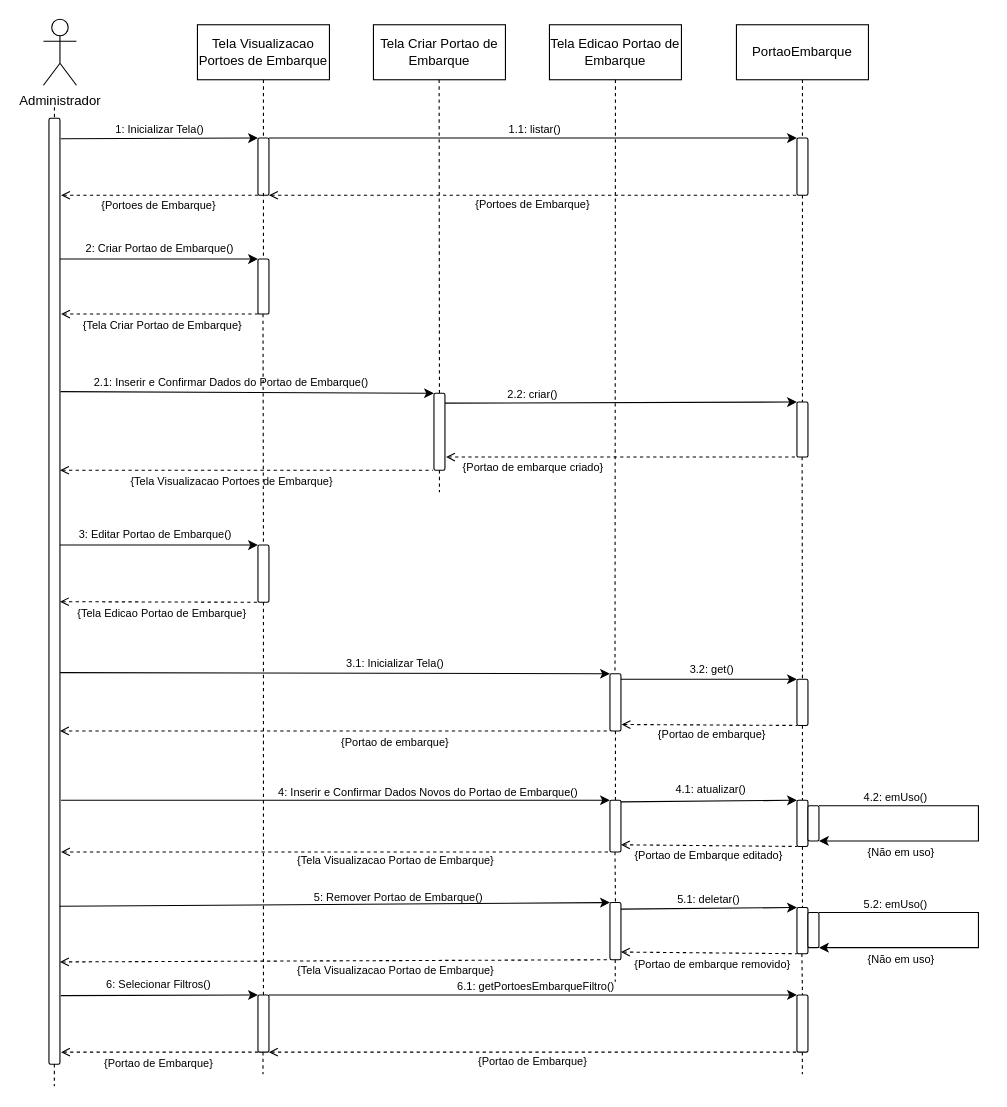
Above: Diagramas/Eng_de_Software/Modelos/Sequencia/Manter_Portoes_de_Embarque.drawio in GabrielGMori/trabalho-conclus-o-ano (draw.io), before the change. Source tidied: cells renumbered, new cells numbered last; positions are measured from the earlier drawing's top-left corner, leaving out a move shared by most shapes. Both pictures are drawn from the tidied source at 110%, with x=0, y=0 at pixel (43, 19).
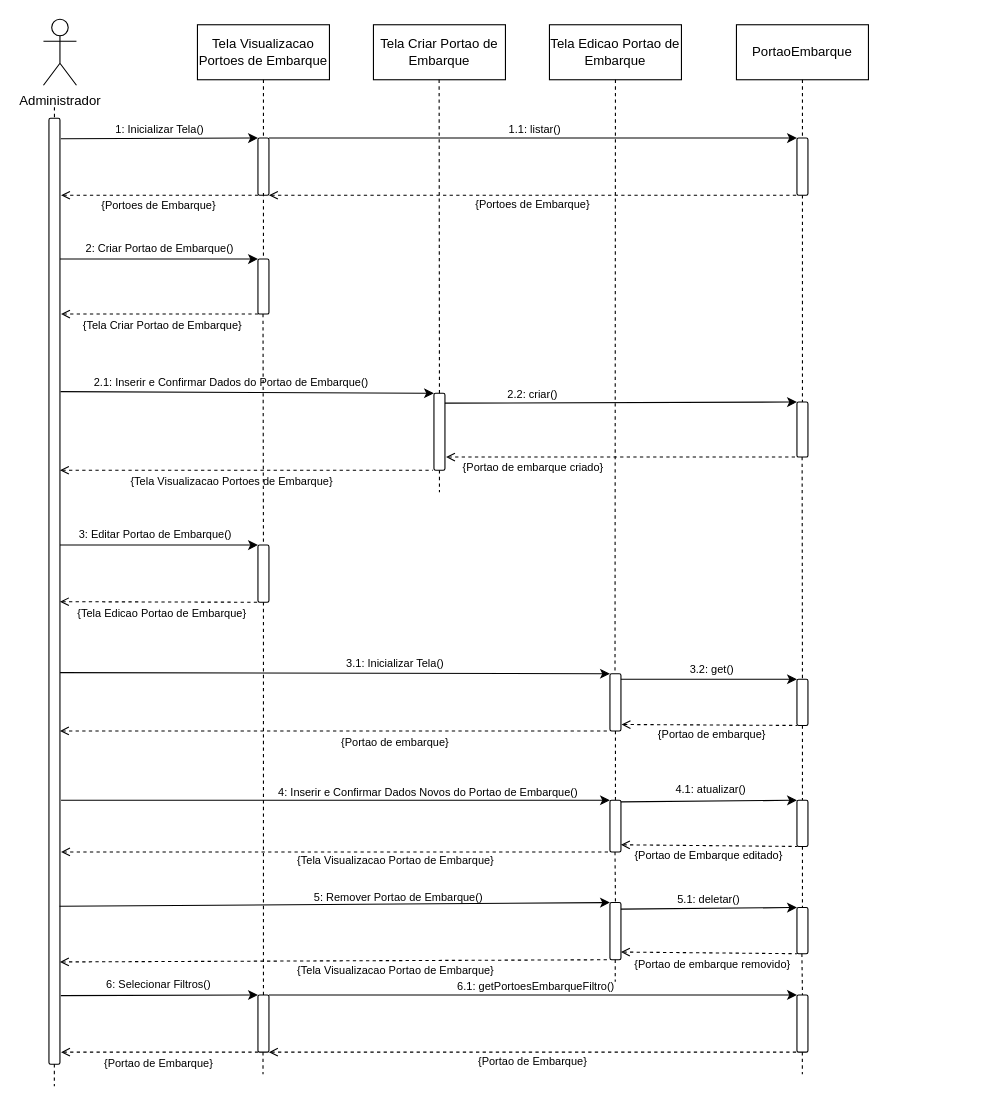
The same diagram, later.

Change to the diagram source:
```diff
@@
-    <mxCell id="57" value="&lt;font&gt;4.2: emUso&lt;/font&gt;&lt;font&gt;()&lt;/font&gt;" style="text;html=1;align=center;verticalAlign=middle;whiteSpace=wrap;rounded=0;fontSize=10;" parent="1" vertex="1">
-      <mxGeometry x="695" y="697" width="160" height="20" as="geometry" />
-    </mxCell>
@@
-    <mxCell id="100" style="endArrow=classic;html=1;rounded=0;exitX=1;exitY=0;exitDx=0;exitDy=0;entryX=1;entryY=1;entryDx=0;entryDy=0;" parent="1" edge="1" source="101" target="101">
-      <mxGeometry relative="1" as="geometry">
-        <Array as="points">
-          <mxPoint x="850" y="715" />
-          <mxPoint x="850" y="747" />
-        </Array>
-      </mxGeometry>
-    </mxCell>
-    <mxCell id="101" style="rounded=1;whiteSpace=wrap;html=1;" parent="1" vertex="1">
-      <mxGeometry x="695" y="715" width="10" height="32" as="geometry" />
-    </mxCell>
-    <mxCell id="102" value="{Não em uso}" style="text;html=1;align=center;verticalAlign=middle;whiteSpace=wrap;rounded=0;fontSize=10;" parent="1" vertex="1">
-      <mxGeometry x="705" y="747" width="150" height="20" as="geometry" />
-    </mxCell>
-    <mxCell id="103" value="&lt;font&gt;5.2: emUso&lt;/font&gt;&lt;font&gt;()&lt;/font&gt;" style="text;html=1;align=center;verticalAlign=middle;whiteSpace=wrap;rounded=0;fontSize=10;" parent="1" vertex="1">
-      <mxGeometry x="695" y="794" width="160" height="20" as="geometry" />
-    </mxCell>
-    <mxCell id="104" style="endArrow=classic;html=1;rounded=0;exitX=1;exitY=0;exitDx=0;exitDy=0;entryX=1;entryY=1;entryDx=0;entryDy=0;" parent="1" edge="1" source="105" target="105">
-      <mxGeometry relative="1" as="geometry">
-        <Array as="points">
-          <mxPoint x="850" y="812" />
-          <mxPoint x="850" y="844" />
-        </Array>
-      </mxGeometry>
-    </mxCell>
-    <mxCell id="105" style="rounded=1;whiteSpace=wrap;html=1;" parent="1" vertex="1">
-      <mxGeometry x="695" y="812" width="10" height="32" as="geometry" />
-    </mxCell>
-    <mxCell id="106" value="{Não em uso}" style="text;html=1;align=center;verticalAlign=middle;whiteSpace=wrap;rounded=0;fontSize=10;" parent="1" vertex="1">
-      <mxGeometry x="705" y="844" width="150" height="20" as="geometry" />
-    </mxCell>
```
